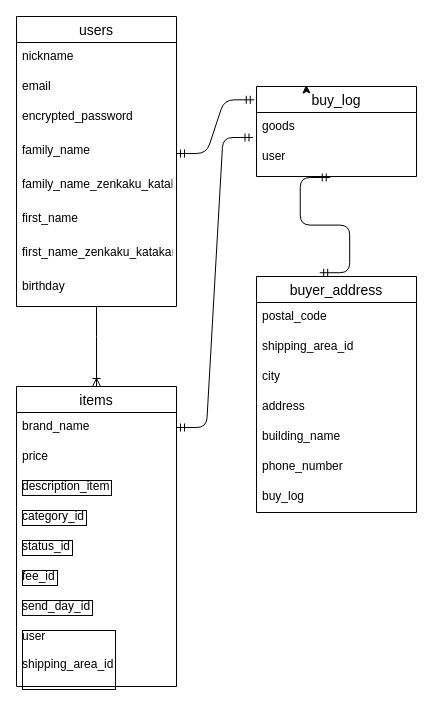
Earlier version of the draw.io diagram ER.dio (o-kun8228/furima-37097). Source tidied: cells renumbered, new cells numbered last; positions are measured from the earlier drawing's top-left corner, leaving out a move shared by most shapes. Both pictures are drawn from the tidied source at 100%, with x=0, y=0 at pixel (16, 16).
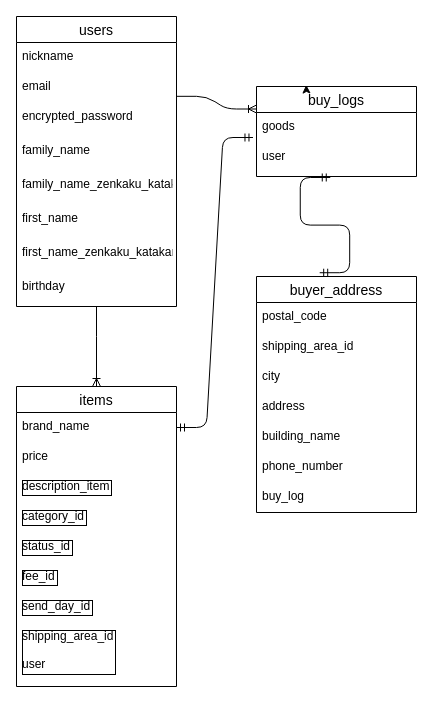
Above is the later version.

Unchanged cells that the change refers to:
```xml
<mxCell id="6" value="email" style="text;strokeColor=none;fillColor=none;spacingLeft=4;spacingRight=4;overflow=hidden;points=[[0,0.5],[1,0.5]];portConstraint=eastwest;fontSize=12;" parent="4" vertex="1">
  <mxGeometry y="56" width="160" height="30" as="geometry" />
</mxCell>
<mxCell id="8" value="family_name" style="text;strokeColor=none;fillColor=none;spacingLeft=4;spacingRight=4;overflow=hidden;points=[[0,0.5],[1,0.5]];portConstraint=eastwest;fontSize=12;" parent="4" vertex="1">
  <mxGeometry y="120" width="160" height="34" as="geometry" />
</mxCell>
<mxCell id="13" value="items" style="swimlane;fontStyle=0;horizontal=1;startSize=26;align=center;fontSize=14;" parent="1" vertex="1">
  <mxGeometry y="370" width="160" height="300" as="geometry" />
</mxCell>
```

Diff of the diagram source:
```diff
@@
-    <mxCell id="21" value="user&#10;&#10;shipping_area_id&#10;&#10;" style="text;strokeColor=none;fillColor=none;spacingLeft=4;spacingRight=4;overflow=hidden;fontSize=12;labelBorderColor=#000000;" parent="13" vertex="1">
+    <mxCell id="21" value="shipping_area_id&#10;&#10;user" style="text;strokeColor=none;fillColor=none;spacingLeft=4;spacingRight=4;overflow=hidden;fontSize=12;labelBorderColor=#000000;" parent="13" vertex="1">
       <mxGeometry y="236" width="160" height="64" as="geometry" />
     </mxCell>
-    <mxCell id="22" value="buy_log" style="swimlane;fontStyle=0;horizontal=1;startSize=26;align=center;fontSize=14;" parent="1" vertex="1">
+    <mxCell id="22" value="buy_logs" style="swimlane;fontStyle=0;horizontal=1;startSize=26;align=center;fontSize=14;" parent="1" vertex="1">
       <mxGeometry x="240" y="70" width="160" height="90" as="geometry" />
     </mxCell>
@@
-    <mxCell id="36" style="edgeStyle=entityRelationEdgeStyle;fontSize=12;html=1;endArrow=ERmandOne;startArrow=ERmandOne;entryX=-0.014;entryY=0.148;entryDx=0;entryDy=0;entryPerimeter=0;exitX=1;exitY=0.5;exitDx=0;exitDy=0;" parent="1" edge="1" source="8" target="22">
-      <mxGeometry relative="1" as="geometry" />
-    </mxCell>
+    <mxCell id="37" style="edgeStyle=entityRelationEdgeStyle;fontSize=12;html=1;endArrow=ERoneToMany;entryX=0;entryY=0.25;entryDx=0;entryDy=0;exitX=1;exitY=0.794;exitDx=0;exitDy=0;exitPerimeter=0;" parent="1" edge="1" source="6" target="22">
+      <mxGeometry relative="1" as="geometry" />
+    </mxCell>
```
